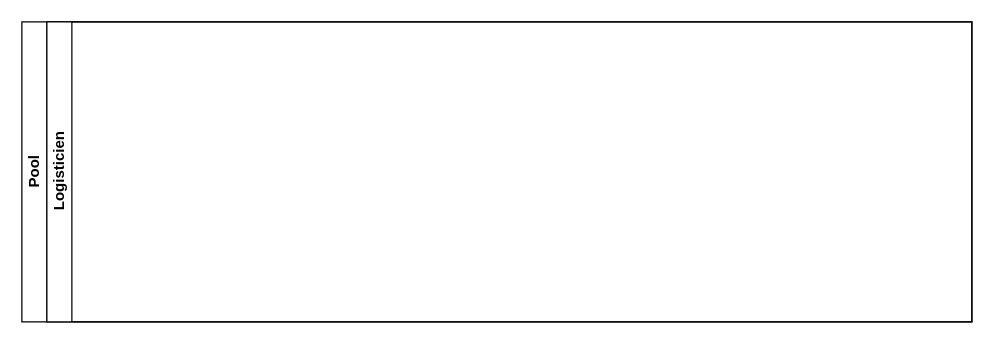
Above: Inventaire.drawio in quemet/Draw.io (draw.io), before the change. Source tidied: cells renumbered, new cells numbered last; positions are measured from the earlier drawing's top-left corner, leaving out a move shared by most shapes. Both pictures are drawn from the tidied source at 125%, with x=0, y=0 at pixel (21, 21).
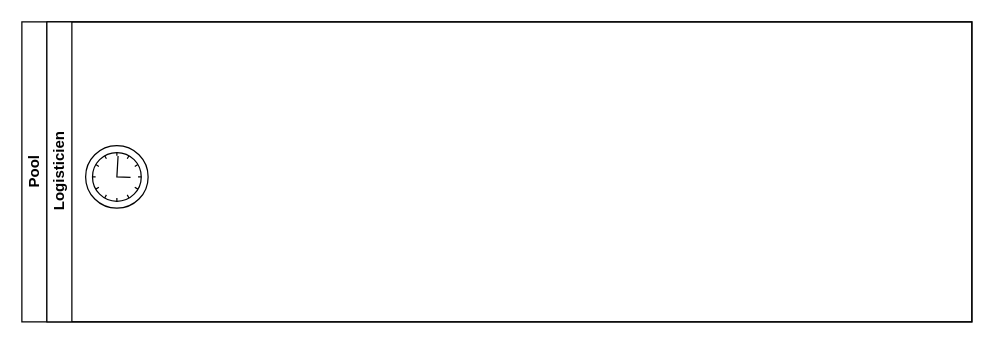
Above is the later version.

Commit message (it also covers changes not shown here):
Mettre à jour Inventaire.drawio

The edit, as a diff of the source:
```diff
@@
 <mxGraphModel>
   <root>
     <mxCell id="0" />
     <mxCell id="1" parent="0" />
     <mxCell id="2" value="Pool" style="swimlane;html=1;horizontal=0;startSize=20;whiteSpace=wrap;" parent="1" vertex="1">
       <mxGeometry width="760" height="240" as="geometry" />
     </mxCell>
     <mxCell id="3" value="Logisticien" style="swimlane;html=1;startSize=20;horizontal=0;" parent="2" vertex="1">
       <mxGeometry x="20" width="740" height="240" as="geometry" />
     </mxCell>
+    <mxCell id="4" style="shape=mxgraph.bpmn.event;html=1;verticalLabelPosition=bottom;labelBackgroundColor=#ffffff;verticalAlign=top;align=center;perimeter=ellipsePerimeter;outline=standard;symbol=timer;" parent="3" vertex="1">
+      <mxGeometry x="31" y="99" width="50" height="50" as="geometry" />
+    </mxCell>
   </root>
 </mxGraphModel>
```
